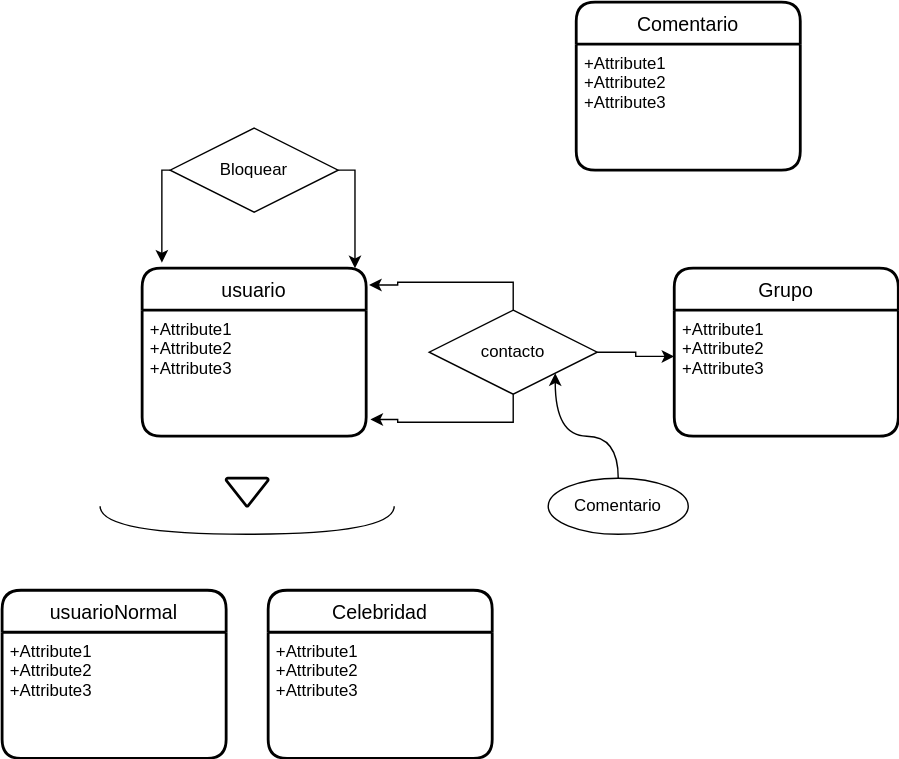
Earlier version of the draw.io export UD12-14.svg (Jimxx22/C3-UD11-UML). Source tidied: cells renumbered, new cells last; positions are measured from the earlier drawing's top-left corner, leaving out a move shared by most shapes.
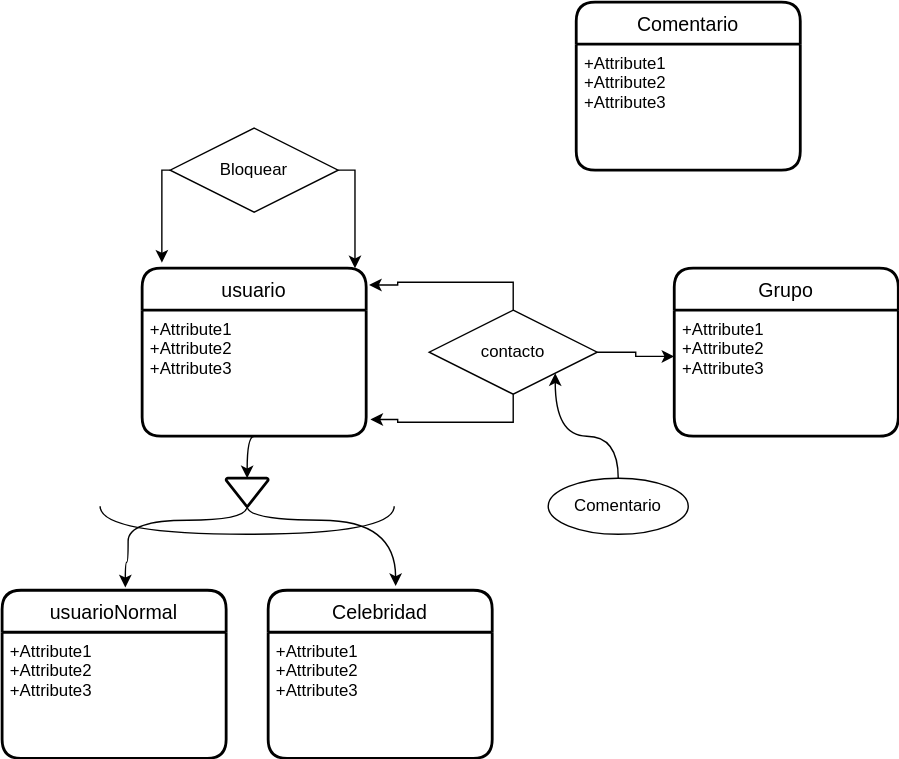
After the change.

Change to the diagram source:
```diff
@@ -70,8 +70,29 @@
     <mxCell id="21" style="strokeWidth=2;html=1;shape=mxgraph.flowchart.merge_or_storage;whiteSpace=wrap;labelBackgroundColor=none;" parent="1" vertex="1">
       <mxGeometry x="160" y="340" width="30" height="20" as="geometry" />
     </mxCell>
+    <mxCell id="23" style="edgeStyle=orthogonalEdgeStyle;curved=1;rounded=0;jettySize=auto;html=1;exitX=0;exitY=0.5;exitDx=0;exitDy=0;exitPerimeter=0;entryX=0.55;entryY=-0.017;entryDx=0;entryDy=0;entryPerimeter=0;" parent="1" edge="1" source="22" target="6">
+      <mxGeometry relative="1" as="geometry">
+        <Array as="points">
+          <mxPoint x="175" y="370" />
+          <mxPoint x="90" y="370" />
+          <mxPoint x="90" y="400" />
+          <mxPoint x="88" y="400" />
+        </Array>
+      </mxGeometry>
+    </mxCell>
+    <mxCell id="24" style="edgeStyle=orthogonalEdgeStyle;curved=1;rounded=0;jettySize=auto;html=1;exitX=0;exitY=0.5;exitDx=0;exitDy=0;exitPerimeter=0;entryX=0.569;entryY=-0.025;entryDx=0;entryDy=0;entryPerimeter=0;" parent="1" edge="1" source="22" target="8">
+      <mxGeometry relative="1" as="geometry">
+        <Array as="points">
+          <mxPoint x="175" y="370" />
+          <mxPoint x="281" y="370" />
+        </Array>
+      </mxGeometry>
+    </mxCell>
     <mxCell id="22" style="shape=requiredInterface;html=1;verticalLabelPosition=bottom;sketch=0;direction=south;labelBackgroundColor=none;" parent="1" vertex="1">
       <mxGeometry x="70" y="360" width="210" height="20" as="geometry" />
     </mxCell>
+    <mxCell id="25" style="edgeStyle=orthogonalEdgeStyle;curved=1;rounded=0;jettySize=auto;html=1;exitX=0.5;exitY=1;exitDx=0;exitDy=0;entryX=0.5;entryY=0;entryDx=0;entryDy=0;entryPerimeter=0;" parent="1" edge="1" source="3" target="21">
+      <mxGeometry relative="1" as="geometry" />
+    </mxCell>
   </root>
 </mxGraphModel>
```
